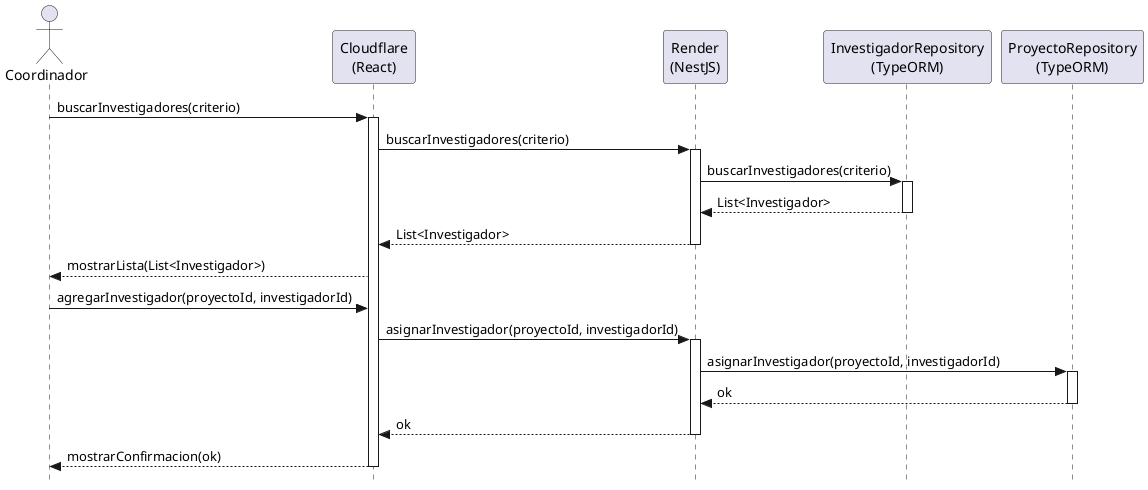
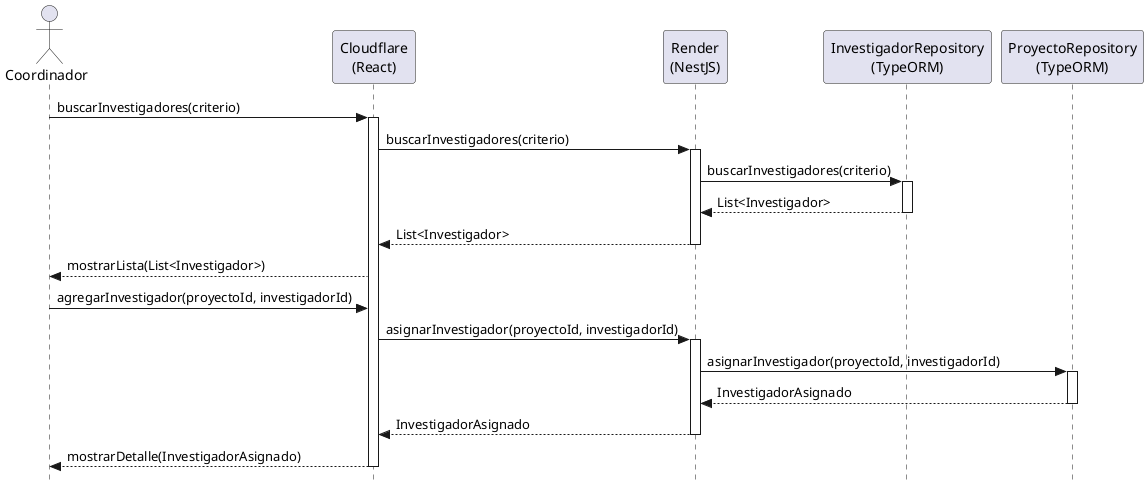
@startuml agregarInvestigador-diseño
skinparam style strictuml
skinparam backgroundColor white
skinparam shadowing false

actor Coordinador
participant "Cloudflare\n(React)" as View
participant "Render\n(NestJS)" as Controller
participant "InvestigadorRepository\n(TypeORM)" as RepoInv
participant "ProyectoRepository\n(TypeORM)" as RepoProy

Coordinador -> View: buscarInvestigadores(criterio)
activate View

View -> Controller: buscarInvestigadores(criterio)
activate Controller

Controller -> RepoInv: buscarInvestigadores(criterio)
activate RepoInv

RepoInv --> Controller: List<Investigador>
deactivate RepoInv

Controller --> View: List<Investigador>
deactivate Controller

View --> Coordinador: mostrarLista(List<Investigador>)


Coordinador -> View: agregarInvestigador(proyectoId, investigadorId)

View -> Controller: asignarInvestigador(proyectoId, investigadorId)
activate Controller

Controller -> RepoProy: asignarInvestigador(proyectoId, investigadorId)
activate RepoProy

- RepoProy --> Controller: ok
+ RepoProy --> Controller: InvestigadorAsignado
deactivate RepoProy

- Controller --> View: ok
+ Controller --> View: InvestigadorAsignado
deactivate Controller

- View --> Coordinador: mostrarConfirmacion(ok)
+ View --> Coordinador: mostrarDetalle(InvestigadorAsignado)
deactivate View

- @enduml+ @enduml
